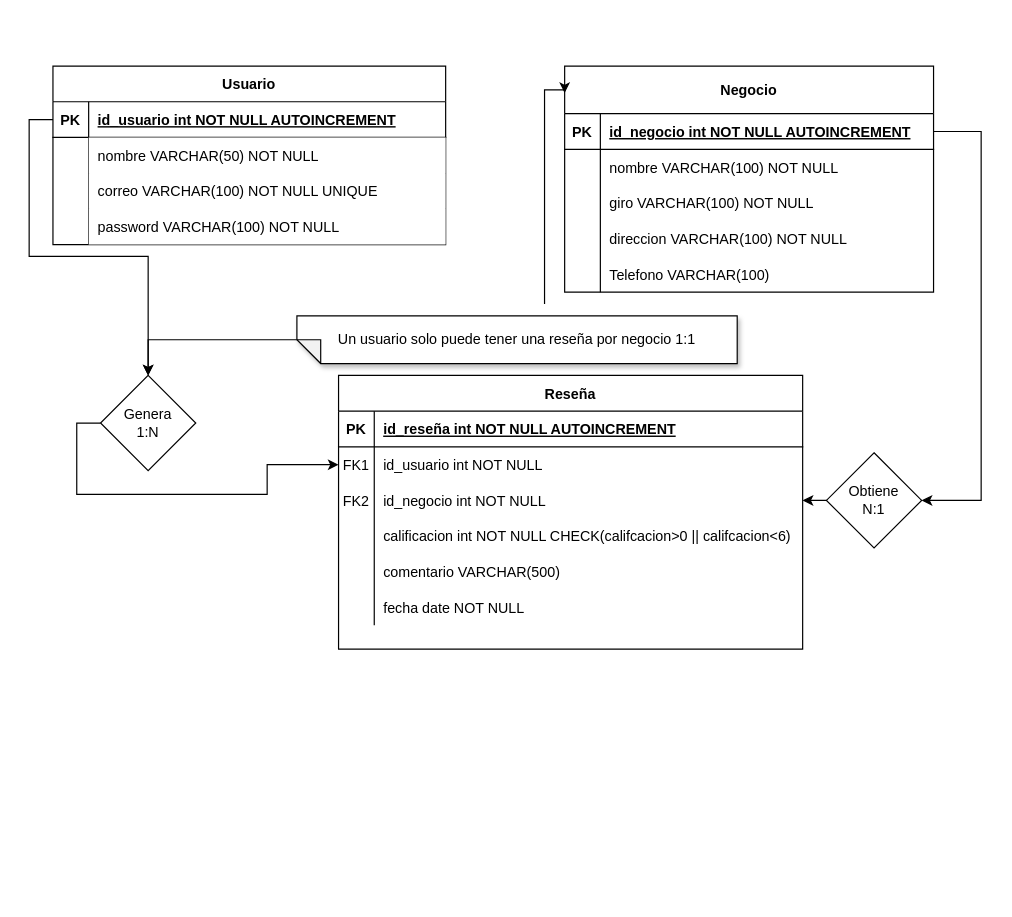
Above: E-R reseñas negocios pequeños.drawio in AlexAntonio29/PracticasProgramacion (draw.io), before the change. Source tidied: cells renumbered, new cells numbered last; positions are measured from the earlier drawing's top-left corner, leaving out a move shared by most shapes. Both pictures are drawn from the tidied source at 119%, with x=0, y=0 at pixel (52, 65).
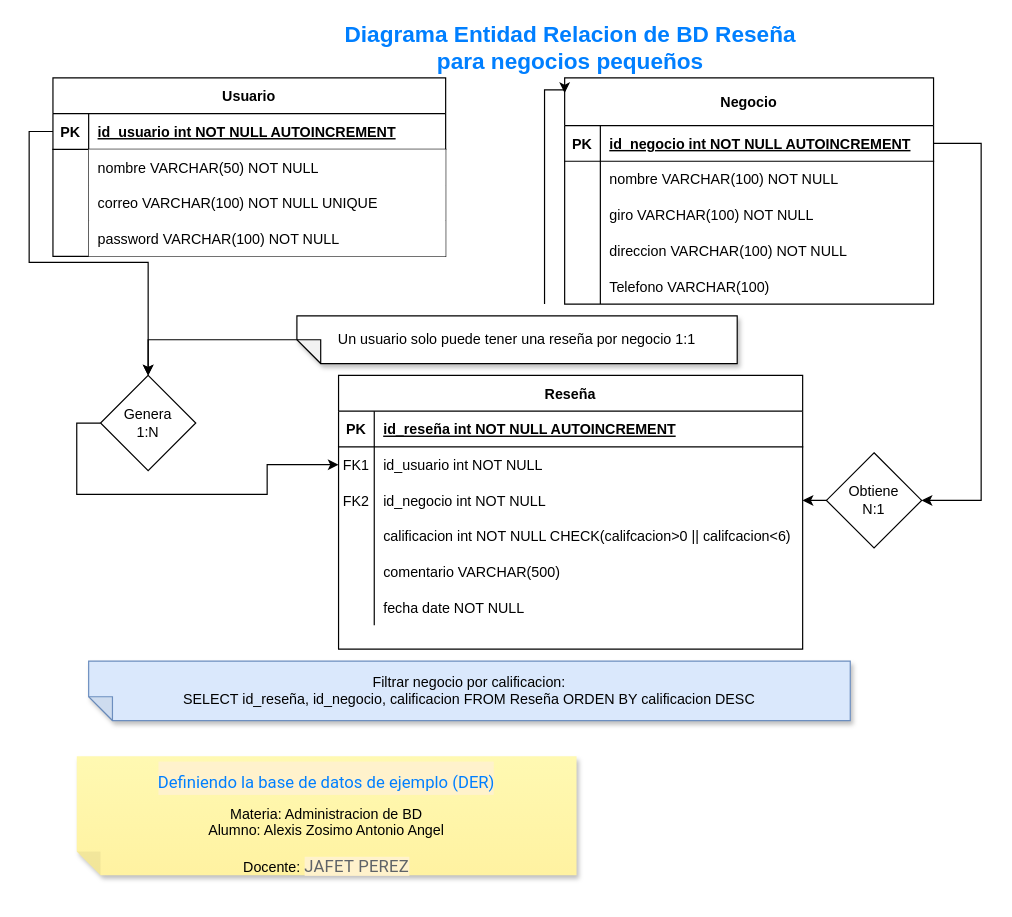
The same diagram, later.

The change refers to these unchanged cells:
```xml
<mxCell id="3" style="shape=partialRectangle;fillColor=none;points=[[0,0.5],[1,0.5]];portConstraint=eastwest;top=0;left=0;right=0;bottom=1;" parent="2" vertex="1">
  <mxGeometry y="40" width="310" height="30" as="geometry" />
</mxCell>
<mxCell id="52" value="Obtiene&lt;div&gt;N:1&lt;/div&gt;" style="rhombus;whiteSpace=wrap;html=1;" parent="1" vertex="1">
  <mxGeometry x="650" y="325" width="80" height="80" as="geometry" />
</mxCell>
```

Diff of the diagram source:
```diff
@@
     <mxCell id="2" value="Negocio" style="shape=table;startSize=40;childLayout=tableLayout;rowLines=0;fontStyle=1;align=center;" parent="1" vertex="1">
-      <mxGeometry x="430" width="310" height="190" as="geometry" />
+      <mxGeometry x="430" y="10" width="310" height="190" as="geometry" />
     </mxCell>
@@
     <mxCell id="37" value="Usuario" style="shape=table;startSize=30;childLayout=tableLayout;rowLines=0;fontStyle=1;align=center;" parent="1" vertex="1">
-      <mxGeometry width="330" height="150" as="geometry" />
+      <mxGeometry y="10" width="330" height="150" as="geometry" />
     </mxCell>
@@
     <mxCell id="51" style="edgeStyle=none;rounded=0;jettySize=auto;html=1;exitX=1;exitY=0.5;exitDx=0;exitDy=0;entryX=1;entryY=0.5;entryDx=0;entryDy=0;" parent="1" edge="1" source="3" target="52">
       <mxGeometry relative="1" as="geometry">
         <Array as="points">
-          <mxPoint x="780" y="55" />
+          <mxPoint x="780" y="65" />
           <mxPoint x="780" y="365" />
         </Array>
       </mxGeometry>
     </mxCell>
@@
+    <mxCell id="59" value="Filtrar negocio por calificacion:&lt;div&gt;SELECT id_reseña, id_negocio, calificacion FROM Reseña&amp;nbsp;&lt;span style=&quot;background-color: transparent; color: light-dark(rgb(0, 0, 0), rgb(255, 255, 255));&quot;&gt;ORDEN BY calificacion DESC&lt;/span&gt;&lt;/div&gt;" style="shape=note;whiteSpace=wrap;html=1;backgroundOutline=1;darkOpacity=0.05;fillColor=#dae8fc;strokeColor=#6c8ebf;fillStyle=solid;direction=west;gradientDirection=north;shadow=1;size=20;" parent="1" vertex="1">
+      <mxGeometry x="30" y="500" width="640" height="50" as="geometry" />
+    </mxCell>
+    <mxCell id="60" value="&lt;div&gt;&lt;font style=&quot;font-size: 14px; color: rgb(102, 178, 255); background-color: rgb(255, 242, 204);&quot;&gt;&lt;br&gt;&lt;/font&gt;&lt;/div&gt;&lt;div&gt;&lt;h1 style=&quot;-webkit-tap-highlight-color: transparent; font-weight: 400; margin: 0px; font-family: &amp;quot;Google Sans&amp;quot;, Roboto, Arial, sans-serif; line-height: 2.5rem; overflow: hidden; overflow-wrap: break-word;&quot; class=&quot;fOvfyc B7SYid&quot;&gt;&lt;span style=&quot;-webkit-tap-highlight-color: transparent; white-space-collapse: preserve; background-color: rgb(255, 242, 204);&quot;&gt;&lt;font style=&quot;font-size: 14px;&quot;&gt;&lt;font style=&quot;color: rgb(0, 127, 255);&quot;&gt;Definiendo la base de datos de ejemplo (DER)&lt;/font&gt;&lt;/font&gt;&lt;/span&gt;&lt;/h1&gt;&lt;/div&gt;Materia: Administracion de BD&lt;div&gt;Alumno: Alexis Zosimo Antonio Angel&lt;/div&gt;&lt;div&gt;&lt;br&gt;&lt;/div&gt;&lt;div&gt;Docente:&amp;nbsp;&lt;span style=&quot;color: rgb(95, 99, 104); font-family: Roboto, Arial, sans-serif; font-size: 14px; letter-spacing: 0.2px; text-align: start; text-wrap-mode: nowrap; background-color: rgb(255, 242, 204);&quot;&gt;JAFET PEREZ&lt;/span&gt;&lt;/div&gt;&lt;div&gt;&lt;span style=&quot;background-color: rgb(255, 255, 255); color: rgb(95, 99, 104); font-family: Roboto, Arial, sans-serif; font-size: 14px; letter-spacing: 0.2px; text-align: start; text-wrap-mode: nowrap;&quot;&gt;&lt;br&gt;&lt;/span&gt;&lt;/div&gt;" style="shape=note;whiteSpace=wrap;html=1;backgroundOutline=1;fontColor=#000000;darkOpacity=0.05;fillColor=#FFF9B2;strokeColor=none;fillStyle=solid;direction=west;gradientDirection=north;gradientColor=#FFF2A1;shadow=1;size=20;" parent="1" vertex="1">
+      <mxGeometry x="20" y="580" width="420" height="100" as="geometry" />
+    </mxCell>
+    <mxCell id="61" value="&lt;font style=&quot;font-size: 19px; color: rgb(0, 127, 255);&quot;&gt;&lt;b style=&quot;&quot;&gt;Diagrama Entidad Relacion de BD Reseña para negocios pequeños&lt;/b&gt;&lt;/font&gt;" style="text;strokeColor=none;align=center;fillColor=none;html=1;verticalAlign=middle;whiteSpace=wrap;rounded=0;" parent="1" vertex="1">
+      <mxGeometry x="240" y="-30" width="390" height="30" as="geometry" />
+    </mxCell>
```
